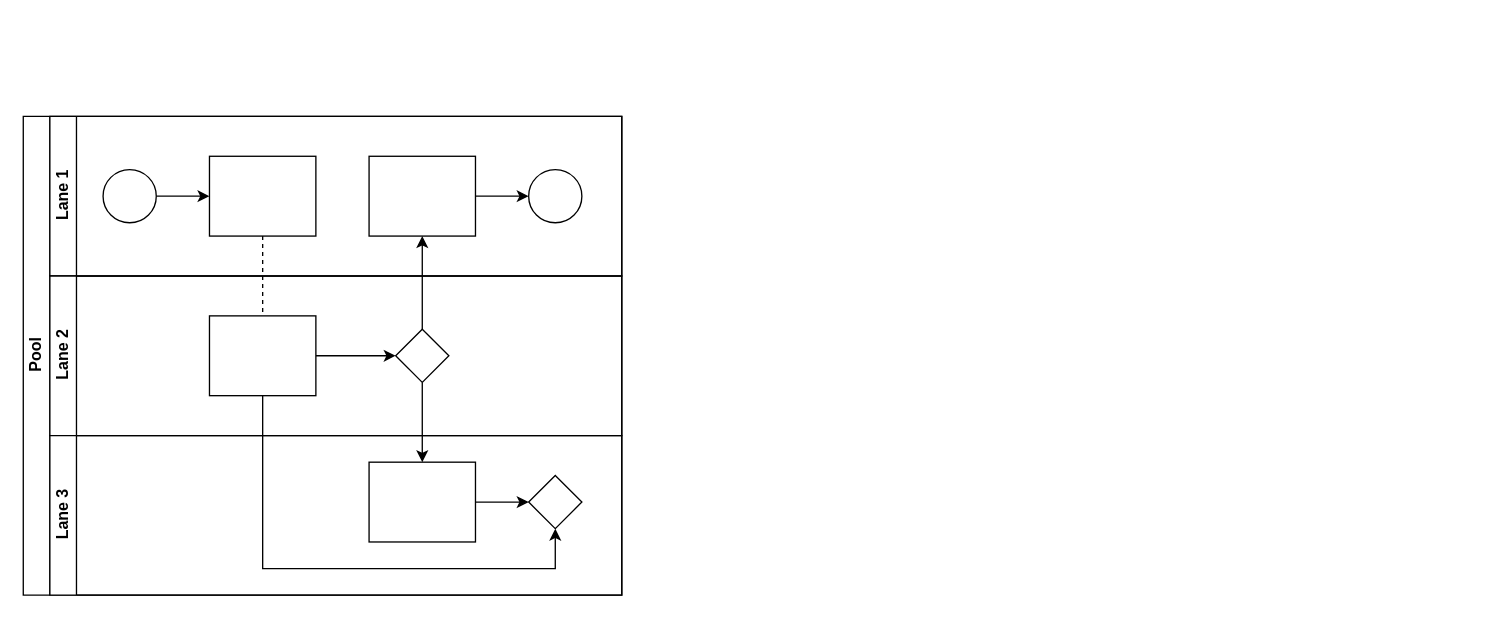
Above: 招投标-协同梳理.drawio in S0Louis/drowio (draw.io), before the change. Source tidied: cells renumbered, new cells numbered last; positions are measured from the earlier drawing's top-left corner, leaving out a move shared by most shapes. Both pictures are drawn from the tidied source at 133%, with x=0, y=0 at pixel (23, 116).
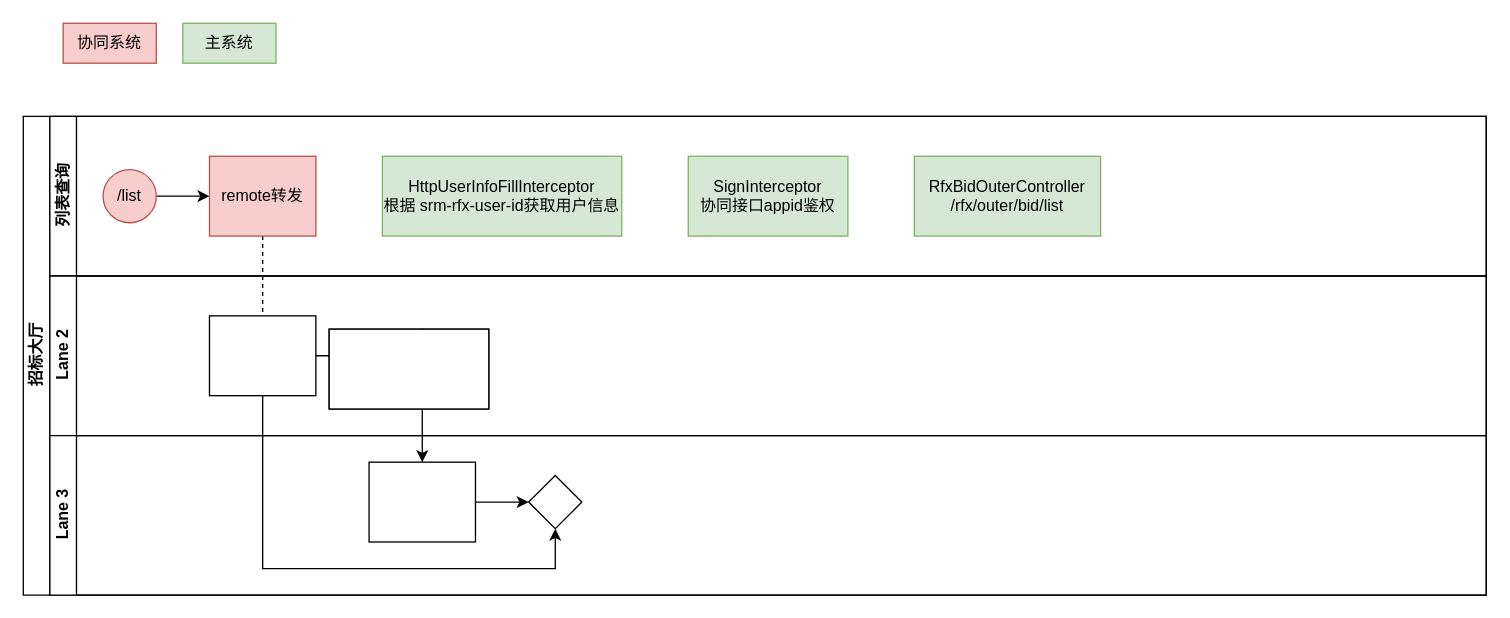
After the change.

Commit message (it also covers changes not shown here):
更新招投标-协同梳理.drawio

Unchanged cells that the change refers to:
```xml
<mxCell id="17" style="rhombus;whiteSpace=wrap;html=1;fontFamily=Helvetica;fontSize=12;fontColor=#000000;align=center;" parent="14" vertex="1">
  <mxGeometry x="260" y="40" width="40" height="40" as="geometry" />
</mxCell>
```

Change to the diagram source:
```diff
@@
-    <mxCell id="2" value="Pool" style="swimlane;html=1;horizontal=0;startSize=20;" parent="1" vertex="1">
-      <mxGeometry width="450" height="360" as="geometry" />
+    <mxCell id="2" value="招标大厅" style="swimlane;html=1;horizontal=0;startSize=20;" parent="1" vertex="1">
+      <mxGeometry width="1100" height="360" as="geometry" />
     </mxCell>
@@
-    <mxCell id="4" style="edgeStyle=orthogonalEdgeStyle;rounded=0;jettySize=auto;html=1;endArrow=classic;endFill=1;" parent="2" edge="1" source="17" target="12">
-      <mxGeometry relative="1" as="geometry" />
-    </mxCell>
@@
-    <mxCell id="7" value="Lane 1" style="swimlane;html=1;startSize=20;horizontal=0;" parent="2" vertex="1">
-      <mxGeometry x="20" width="430" height="120" as="geometry" />
+    <mxCell id="7" value="列表查询" style="swimlane;html=1;startSize=20;horizontal=0;align=center;" parent="2" vertex="1">
+      <mxGeometry x="20" width="1080" height="120" as="geometry" />
     </mxCell>
@@
-    <mxCell id="9" style="ellipse;whiteSpace=wrap;html=1;" parent="7" vertex="1">
+    <mxCell id="9" value="/list" style="ellipse;whiteSpace=wrap;html=1;fillColor=#f8cecc;strokeColor=#b85450;" parent="7" vertex="1">
       <mxGeometry x="40" y="40" width="40" height="40" as="geometry" />
     </mxCell>
-    <mxCell id="10" style="rounded=0;whiteSpace=wrap;html=1;fontFamily=Helvetica;fontSize=12;fontColor=#000000;align=center;" parent="7" vertex="1">
+    <mxCell id="10" value="remote转发" style="rounded=0;whiteSpace=wrap;html=1;fontFamily=Helvetica;fontSize=12;align=center;fillColor=#f8cecc;strokeColor=#b85450;" parent="7" vertex="1">
       <mxGeometry x="120" y="30" width="80" height="60" as="geometry" />
     </mxCell>
-    <mxCell id="11" style="edgeStyle=orthogonalEdgeStyle;rounded=0;jettySize=auto;html=1;endArrow=classic;endFill=1;" parent="7" edge="1" source="12" target="13">
-      <mxGeometry relative="1" as="geometry" />
-    </mxCell>
-    <mxCell id="12" style="rounded=0;whiteSpace=wrap;html=1;fontFamily=Helvetica;fontSize=12;fontColor=#000000;align=center;" parent="7" vertex="1">
-      <mxGeometry x="240" y="30" width="80" height="60" as="geometry" />
+    <mxCell id="12" value="SignInterceptor&lt;div&gt;协同接口appid鉴权&lt;/div&gt;" style="rounded=0;html=1;fontFamily=Helvetica;fontSize=12;align=center;fillColor=#d5e8d4;strokeColor=#82b366;whiteSpace=wrap;" parent="7" vertex="1">
+      <mxGeometry x="480" y="30" width="120" height="60" as="geometry" />
     </mxCell>
-    <mxCell id="13" style="ellipse;whiteSpace=wrap;html=1;" parent="7" vertex="1">
-      <mxGeometry x="360" y="40" width="40" height="40" as="geometry" />
-    </mxCell>
+    <mxCell id="22" value="HttpUserInfoFillInterceptor&lt;br&gt;根据 srm-rfx-user-id获取用户信息" style="rounded=0;html=1;fontFamily=Helvetica;fontSize=12;align=center;fillColor=#d5e8d4;strokeColor=#82b366;whiteSpace=wrap;" parent="7" vertex="1">
+      <mxGeometry x="250" y="30" width="180" height="60" as="geometry" />
+    </mxCell>
+    <mxCell id="23" value="&lt;div&gt;RfxBidOuterController&lt;br&gt;&lt;/div&gt;/rfx/outer&lt;span style=&quot;background-color: initial;&quot;&gt;/bid/list&lt;/span&gt;" style="rounded=0;html=1;fontFamily=Helvetica;fontSize=12;align=center;fillColor=#d5e8d4;strokeColor=#82b366;whiteSpace=wrap;" parent="7" vertex="1">
+      <mxGeometry x="650" y="30" width="140" height="60" as="geometry" />
+    </mxCell>
     <mxCell id="14" value="Lane 2" style="swimlane;html=1;startSize=20;horizontal=0;" parent="2" vertex="1">
-      <mxGeometry x="20" y="120" width="430" height="120" as="geometry" />
+      <mxGeometry x="20" y="120" width="1080" height="120" as="geometry" />
     </mxCell>
@@
     <mxCell id="18" value="Lane 3" style="swimlane;html=1;startSize=20;horizontal=0;" parent="2" vertex="1">
-      <mxGeometry x="20" y="240" width="430" height="120" as="geometry" />
+      <mxGeometry x="20" y="240" width="1080" height="120" as="geometry" />
     </mxCell>
@@
+    <mxCell id="24" style="rounded=0;whiteSpace=wrap;html=1;" parent="1" vertex="1">
+      <mxGeometry x="230" y="160" width="120" height="60" as="geometry" />
+    </mxCell>
+    <mxCell id="25" style="rounded=0;whiteSpace=wrap;html=1;" parent="1" vertex="1">
+      <mxGeometry x="230" y="160" width="120" height="60" as="geometry" />
+    </mxCell>
+    <mxCell id="26" value="协同系统" style="rounded=0;whiteSpace=wrap;html=1;fillColor=#f8cecc;strokeColor=#b85450;" parent="1" vertex="1">
+      <mxGeometry x="30" y="-70" width="70" height="30" as="geometry" />
+    </mxCell>
+    <mxCell id="27" value="主系统" style="rounded=0;whiteSpace=wrap;html=1;fillColor=#d5e8d4;strokeColor=#82b366;" parent="1" vertex="1">
+      <mxGeometry x="120" y="-70" width="70" height="30" as="geometry" />
+    </mxCell>
```
